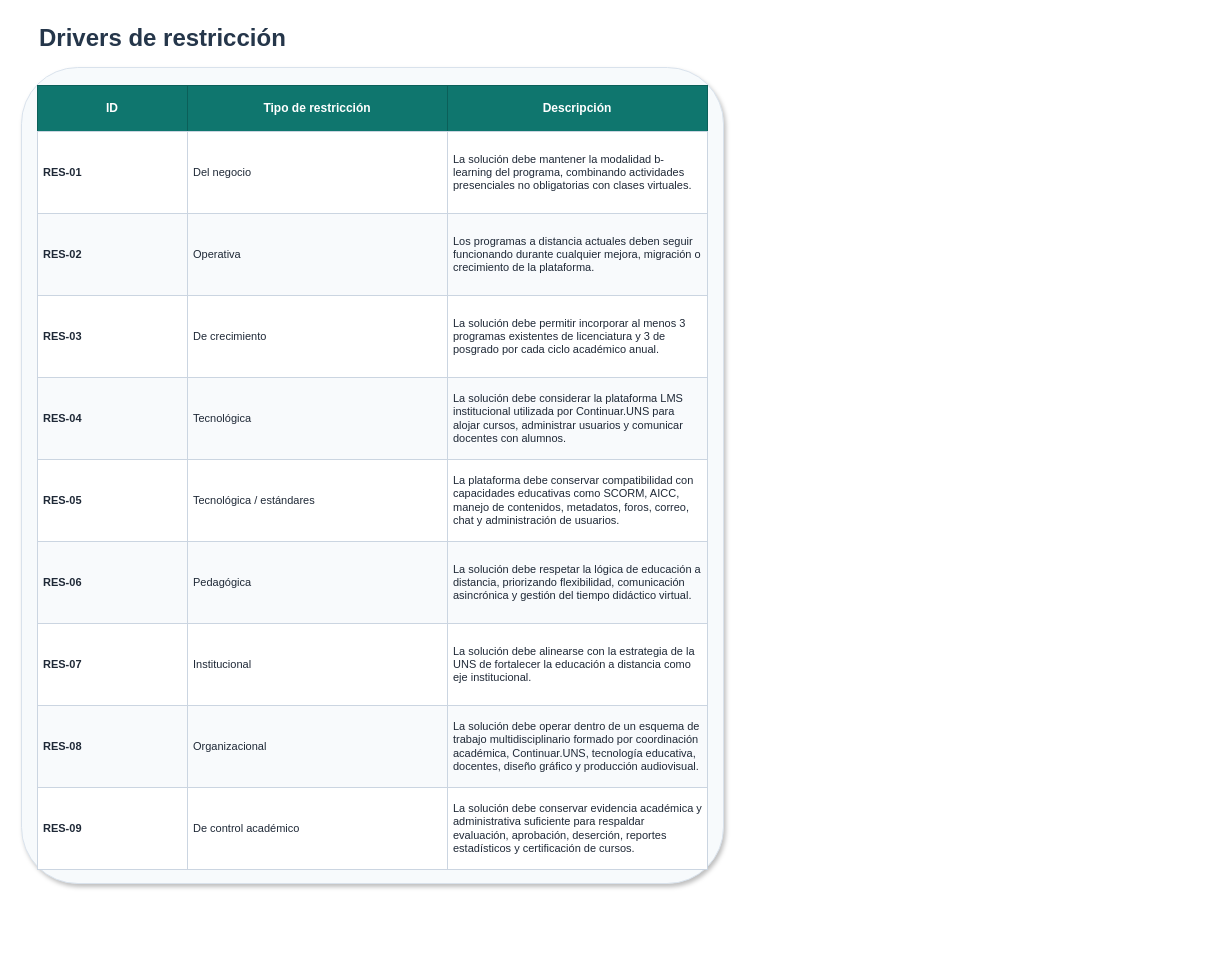
Before: diagramas/tablas/Tablas_Drivers_Restriccion_BLearning.drawio in Jsue46/exposicionayd, a draw.io diagram. Source tidied: cells renumbered, new cells numbered last; positions are measured from the earlier drawing's top-left corner, leaving out a move shared by most shapes. Both pictures are drawn from the tidied source at 100%, with x=0, y=0 at pixel (21, 17).
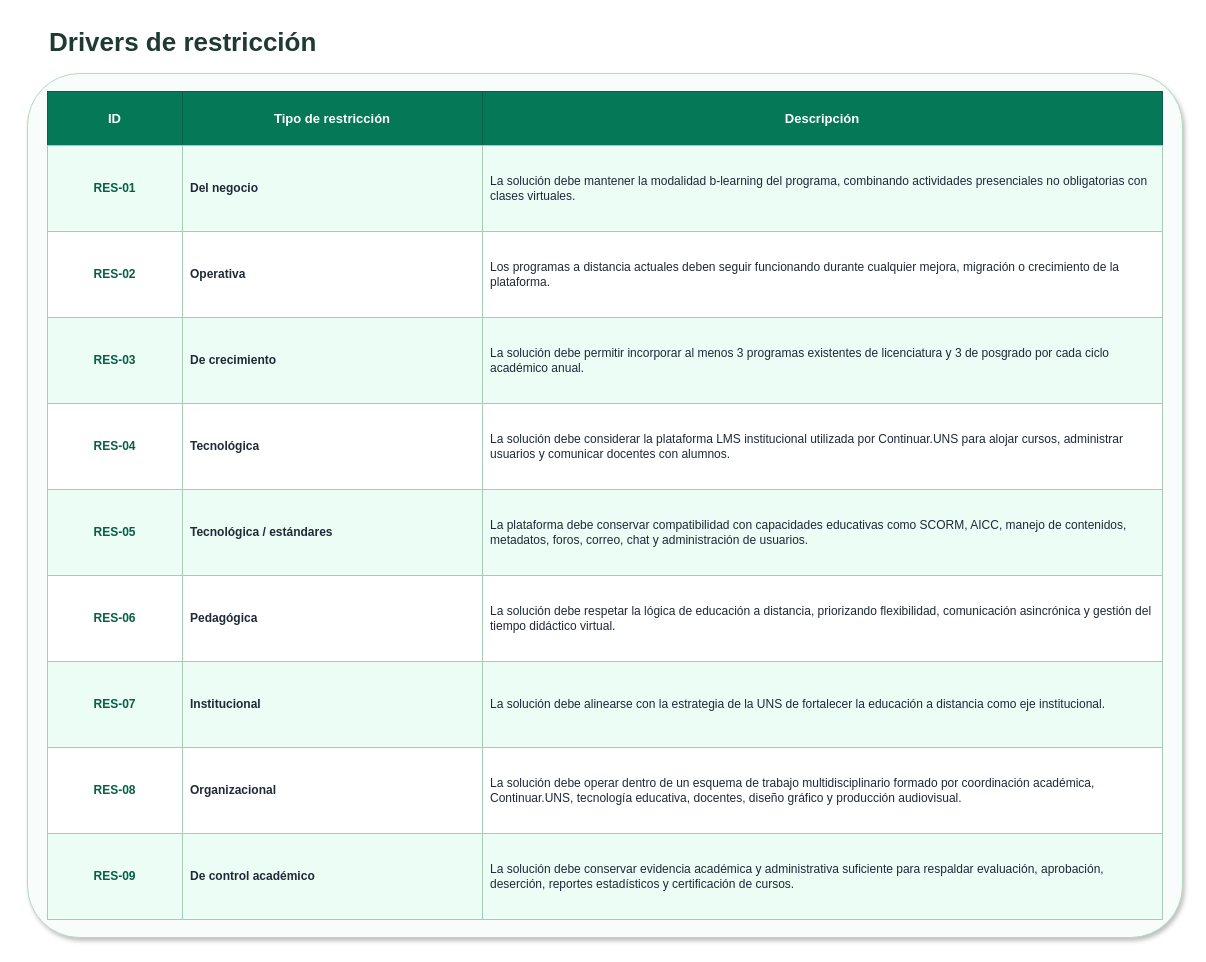
The same diagram, later.

The edit, as a diff of the source:
```diff
@@
-    <mxCell id="2" value="Drivers de restricción" style="text;html=1;strokeColor=none;fillColor=none;align=left;verticalAlign=middle;whiteSpace=wrap;rounded=0;fontSize=24;fontStyle=1;fontColor=#25364A;" parent="1" vertex="1">
-      <mxGeometry x="16" width="670" height="42" as="geometry" />
+    <mxCell id="2" value="Drivers de restricción" style="text;html=1;strokeColor=none;fillColor=none;align=left;verticalAlign=middle;whiteSpace=wrap;rounded=0;fontSize=26;fontStyle=1;fontColor=#1F3A33;" parent="1" vertex="1">
+      <mxGeometry x="26" y="2" width="1115" height="46" as="geometry" />
     </mxCell>
-    <mxCell id="3" style="rounded=1;whiteSpace=wrap;html=1;fillColor=#F7FAFC;strokeColor=#D9E2EC;arcSize=8;shadow=1;" parent="1" vertex="1">
-      <mxGeometry y="50" width="702" height="816" as="geometry" />
+    <mxCell id="3" style="rounded=1;whiteSpace=wrap;html=1;fillColor=#F8FCFA;strokeColor=#B7D7C2;arcSize=6;shadow=1;" parent="1" vertex="1">
+      <mxGeometry x="6" y="56" width="1155" height="864" as="geometry" />
     </mxCell>
-    <mxCell id="4" value="ID" style="rounded=0;whiteSpace=wrap;html=1;fillColor=#0F766E;strokeColor=#0B5F59;fontColor=#FFFFFF;fontStyle=1;align=center;verticalAlign=middle;fontSize=12;spacing=6;" parent="1" vertex="1">
-      <mxGeometry x="16" y="68" width="150" height="46" as="geometry" />
+    <mxCell id="4" value="ID" style="rounded=0;whiteSpace=wrap;html=1;fillColor=#047857;strokeColor=#065F46;fontColor=#FFFFFF;fontStyle=1;align=center;verticalAlign=middle;fontSize=13;spacing=8;" parent="1" vertex="1">
+      <mxGeometry x="26" y="74" width="135" height="54" as="geometry" />
     </mxCell>
-    <mxCell id="5" value="Tipo de restricción" style="rounded=0;whiteSpace=wrap;html=1;fillColor=#0F766E;strokeColor=#0B5F59;fontColor=#FFFFFF;fontStyle=1;align=center;verticalAlign=middle;fontSize=12;spacing=6;" parent="1" vertex="1">
-      <mxGeometry x="166" y="68" width="260" height="46" as="geometry" />
+    <mxCell id="5" value="Tipo de restricción" style="rounded=0;whiteSpace=wrap;html=1;fillColor=#047857;strokeColor=#065F46;fontColor=#FFFFFF;fontStyle=1;align=center;verticalAlign=middle;fontSize=13;spacing=8;" parent="1" vertex="1">
+      <mxGeometry x="161" y="74" width="300" height="54" as="geometry" />
     </mxCell>
-    <mxCell id="6" value="Descripción" style="rounded=0;whiteSpace=wrap;html=1;fillColor=#0F766E;strokeColor=#0B5F59;fontColor=#FFFFFF;fontStyle=1;align=center;verticalAlign=middle;fontSize=12;spacing=6;" parent="1" vertex="1">
-      <mxGeometry x="426" y="68" width="260" height="46" as="geometry" />
+    <mxCell id="6" value="Descripción" style="rounded=0;whiteSpace=wrap;html=1;fillColor=#047857;strokeColor=#065F46;fontColor=#FFFFFF;fontStyle=1;align=center;verticalAlign=middle;fontSize=13;spacing=8;" parent="1" vertex="1">
+      <mxGeometry x="461" y="74" width="680" height="54" as="geometry" />
     </mxCell>
-    <mxCell id="7" value="RES-01" style="rounded=0;whiteSpace=wrap;html=1;fillColor=#FFFFFF;strokeColor=#CBD5E1;fontColor=#1F2937;fontStyle=1;align=left;verticalAlign=middle;fontSize=11;spacing=6;" parent="1" vertex="1">
-      <mxGeometry x="16" y="114" width="150" height="82" as="geometry" />
+    <mxCell id="7" value="RES-01" style="rounded=0;whiteSpace=wrap;html=1;fillColor=#ECFDF5;strokeColor=#A7CBB6;fontColor=#065F46;fontStyle=1;align=center;verticalAlign=middle;fontSize=12;spacing=8;" parent="1" vertex="1">
+      <mxGeometry x="26" y="128" width="135" height="86" as="geometry" />
     </mxCell>
-    <mxCell id="8" value="Del negocio" style="rounded=0;whiteSpace=wrap;html=1;fillColor=#FFFFFF;strokeColor=#CBD5E1;fontColor=#1F2937;fontStyle=0;align=left;verticalAlign=middle;fontSize=11;spacing=6;" parent="1" vertex="1">
-      <mxGeometry x="166" y="114" width="260" height="82" as="geometry" />
+    <mxCell id="8" value="Del negocio" style="rounded=0;whiteSpace=wrap;html=1;fillColor=#ECFDF5;strokeColor=#A7CBB6;fontColor=#1F2937;fontStyle=1;align=left;verticalAlign=middle;fontSize=12;spacing=8;" parent="1" vertex="1">
+      <mxGeometry x="161" y="128" width="300" height="86" as="geometry" />
     </mxCell>
-    <mxCell id="9" value="La solución debe mantener la modalidad b-learning del programa, combinando actividades presenciales no obligatorias con clases virtuales." style="rounded=0;whiteSpace=wrap;html=1;fillColor=#FFFFFF;strokeColor=#CBD5E1;fontColor=#1F2937;fontStyle=0;align=left;verticalAlign=middle;fontSize=11;spacing=6;" parent="1" vertex="1">
-      <mxGeometry x="426" y="114" width="260" height="82" as="geometry" />
+    <mxCell id="9" value="La solución debe mantener la modalidad b-learning del programa, combinando actividades presenciales no obligatorias con clases virtuales." style="rounded=0;whiteSpace=wrap;html=1;fillColor=#ECFDF5;strokeColor=#A7CBB6;fontColor=#1F2937;fontStyle=0;align=left;verticalAlign=middle;fontSize=12;spacing=8;" parent="1" vertex="1">
+      <mxGeometry x="461" y="128" width="680" height="86" as="geometry" />
     </mxCell>
-    <mxCell id="10" value="RES-02" style="rounded=0;whiteSpace=wrap;html=1;fillColor=#F8FAFC;strokeColor=#CBD5E1;fontColor=#1F2937;fontStyle=1;align=left;verticalAlign=middle;fontSize=11;spacing=6;" parent="1" vertex="1">
-      <mxGeometry x="16" y="196" width="150" height="82" as="geometry" />
+    <mxCell id="10" value="RES-02" style="rounded=0;whiteSpace=wrap;html=1;fillColor=#FFFFFF;strokeColor=#A7CBB6;fontColor=#065F46;fontStyle=1;align=center;verticalAlign=middle;fontSize=12;spacing=8;" parent="1" vertex="1">
+      <mxGeometry x="26" y="214" width="135" height="86" as="geometry" />
     </mxCell>
-    <mxCell id="11" value="Operativa" style="rounded=0;whiteSpace=wrap;html=1;fillColor=#F8FAFC;strokeColor=#CBD5E1;fontColor=#1F2937;fontStyle=0;align=left;verticalAlign=middle;fontSize=11;spacing=6;" parent="1" vertex="1">
-      <mxGeometry x="166" y="196" width="260" height="82" as="geometry" />
+    <mxCell id="11" value="Operativa" style="rounded=0;whiteSpace=wrap;html=1;fillColor=#FFFFFF;strokeColor=#A7CBB6;fontColor=#1F2937;fontStyle=1;align=left;verticalAlign=middle;fontSize=12;spacing=8;" parent="1" vertex="1">
+      <mxGeometry x="161" y="214" width="300" height="86" as="geometry" />
     </mxCell>
-    <mxCell id="12" value="Los programas a distancia actuales deben seguir funcionando durante cualquier mejora, migración o crecimiento de la plataforma." style="rounded=0;whiteSpace=wrap;html=1;fillColor=#F8FAFC;strokeColor=#CBD5E1;fontColor=#1F2937;fontStyle=0;align=left;verticalAlign=middle;fontSize=11;spacing=6;" parent="1" vertex="1">
-      <mxGeometry x="426" y="196" width="260" height="82" as="geometry" />
+    <mxCell id="12" value="Los programas a distancia actuales deben seguir funcionando durante cualquier mejora, migración o crecimiento de la plataforma." style="rounded=0;whiteSpace=wrap;html=1;fillColor=#FFFFFF;strokeColor=#A7CBB6;fontColor=#1F2937;fontStyle=0;align=left;verticalAlign=middle;fontSize=12;spacing=8;" parent="1" vertex="1">
+      <mxGeometry x="461" y="214" width="680" height="86" as="geometry" />
     </mxCell>
-    <mxCell id="13" value="RES-03" style="rounded=0;whiteSpace=wrap;html=1;fillColor=#FFFFFF;strokeColor=#CBD5E1;fontColor=#1F2937;fontStyle=1;align=left;verticalAlign=middle;fontSize=11;spacing=6;" parent="1" vertex="1">
-      <mxGeometry x="16" y="278" width="150" height="82" as="geometry" />
+    <mxCell id="13" value="RES-03" style="rounded=0;whiteSpace=wrap;html=1;fillColor=#ECFDF5;strokeColor=#A7CBB6;fontColor=#065F46;fontStyle=1;align=center;verticalAlign=middle;fontSize=12;spacing=8;" parent="1" vertex="1">
+      <mxGeometry x="26" y="300" width="135" height="86" as="geometry" />
     </mxCell>
-    <mxCell id="14" value="De crecimiento" style="rounded=0;whiteSpace=wrap;html=1;fillColor=#FFFFFF;strokeColor=#CBD5E1;fontColor=#1F2937;fontStyle=0;align=left;verticalAlign=middle;fontSize=11;spacing=6;" parent="1" vertex="1">
-      <mxGeometry x="166" y="278" width="260" height="82" as="geometry" />
+    <mxCell id="14" value="De crecimiento" style="rounded=0;whiteSpace=wrap;html=1;fillColor=#ECFDF5;strokeColor=#A7CBB6;fontColor=#1F2937;fontStyle=1;align=left;verticalAlign=middle;fontSize=12;spacing=8;" parent="1" vertex="1">
+      <mxGeometry x="161" y="300" width="300" height="86" as="geometry" />
     </mxCell>
-    <mxCell id="15" value="La solución debe permitir incorporar al menos 3 programas existentes de licenciatura y 3 de posgrado por cada ciclo académico anual." style="rounded=0;whiteSpace=wrap;html=1;fillColor=#FFFFFF;strokeColor=#CBD5E1;fontColor=#1F2937;fontStyle=0;align=left;verticalAlign=middle;fontSize=11;spacing=6;" parent="1" vertex="1">
-      <mxGeometry x="426" y="278" width="260" height="82" as="geometry" />
+    <mxCell id="15" value="La solución debe permitir incorporar al menos 3 programas existentes de licenciatura y 3 de posgrado por cada ciclo académico anual." style="rounded=0;whiteSpace=wrap;html=1;fillColor=#ECFDF5;strokeColor=#A7CBB6;fontColor=#1F2937;fontStyle=0;align=left;verticalAlign=middle;fontSize=12;spacing=8;" parent="1" vertex="1">
+      <mxGeometry x="461" y="300" width="680" height="86" as="geometry" />
     </mxCell>
-    <mxCell id="16" value="RES-04" style="rounded=0;whiteSpace=wrap;html=1;fillColor=#F8FAFC;strokeColor=#CBD5E1;fontColor=#1F2937;fontStyle=1;align=left;verticalAlign=middle;fontSize=11;spacing=6;" parent="1" vertex="1">
-      <mxGeometry x="16" y="360" width="150" height="82" as="geometry" />
+    <mxCell id="16" value="RES-04" style="rounded=0;whiteSpace=wrap;html=1;fillColor=#FFFFFF;strokeColor=#A7CBB6;fontColor=#065F46;fontStyle=1;align=center;verticalAlign=middle;fontSize=12;spacing=8;" parent="1" vertex="1">
+      <mxGeometry x="26" y="386" width="135" height="86" as="geometry" />
     </mxCell>
-    <mxCell id="17" value="Tecnológica" style="rounded=0;whiteSpace=wrap;html=1;fillColor=#F8FAFC;strokeColor=#CBD5E1;fontColor=#1F2937;fontStyle=0;align=left;verticalAlign=middle;fontSize=11;spacing=6;" parent="1" vertex="1">
-      <mxGeometry x="166" y="360" width="260" height="82" as="geometry" />
+    <mxCell id="17" value="Tecnológica" style="rounded=0;whiteSpace=wrap;html=1;fillColor=#FFFFFF;strokeColor=#A7CBB6;fontColor=#1F2937;fontStyle=1;align=left;verticalAlign=middle;fontSize=12;spacing=8;" parent="1" vertex="1">
+      <mxGeometry x="161" y="386" width="300" height="86" as="geometry" />
     </mxCell>
-    <mxCell id="18" value="La solución debe considerar la plataforma LMS institucional utilizada por Continuar.UNS para alojar cursos, administrar usuarios y comunicar docentes con alumnos." style="rounded=0;whiteSpace=wrap;html=1;fillColor=#F8FAFC;strokeColor=#CBD5E1;fontColor=#1F2937;fontStyle=0;align=left;verticalAlign=middle;fontSize=11;spacing=6;" parent="1" vertex="1">
-      <mxGeometry x="426" y="360" width="260" height="82" as="geometry" />
+    <mxCell id="18" value="La solución debe considerar la plataforma LMS institucional utilizada por Continuar.UNS para alojar cursos, administrar usuarios y comunicar docentes con alumnos." style="rounded=0;whiteSpace=wrap;html=1;fillColor=#FFFFFF;strokeColor=#A7CBB6;fontColor=#1F2937;fontStyle=0;align=left;verticalAlign=middle;fontSize=12;spacing=8;" parent="1" vertex="1">
+      <mxGeometry x="461" y="386" width="680" height="86" as="geometry" />
     </mxCell>
-    <mxCell id="19" value="RES-05" style="rounded=0;whiteSpace=wrap;html=1;fillColor=#FFFFFF;strokeColor=#CBD5E1;fontColor=#1F2937;fontStyle=1;align=left;verticalAlign=middle;fontSize=11;spacing=6;" parent="1" vertex="1">
-      <mxGeometry x="16" y="442" width="150" height="82" as="geometry" />
+    <mxCell id="19" value="RES-05" style="rounded=0;whiteSpace=wrap;html=1;fillColor=#ECFDF5;strokeColor=#A7CBB6;fontColor=#065F46;fontStyle=1;align=center;verticalAlign=middle;fontSize=12;spacing=8;" parent="1" vertex="1">
+      <mxGeometry x="26" y="472" width="135" height="86" as="geometry" />
     </mxCell>
-    <mxCell id="20" value="Tecnológica / estándares" style="rounded=0;whiteSpace=wrap;html=1;fillColor=#FFFFFF;strokeColor=#CBD5E1;fontColor=#1F2937;fontStyle=0;align=left;verticalAlign=middle;fontSize=11;spacing=6;" parent="1" vertex="1">
-      <mxGeometry x="166" y="442" width="260" height="82" as="geometry" />
+    <mxCell id="20" value="Tecnológica / estándares" style="rounded=0;whiteSpace=wrap;html=1;fillColor=#ECFDF5;strokeColor=#A7CBB6;fontColor=#1F2937;fontStyle=1;align=left;verticalAlign=middle;fontSize=12;spacing=8;" parent="1" vertex="1">
+      <mxGeometry x="161" y="472" width="300" height="86" as="geometry" />
     </mxCell>
-    <mxCell id="21" value="La plataforma debe conservar compatibilidad con capacidades educativas como SCORM, AICC, manejo de contenidos, metadatos, foros, correo, chat y administración de usuarios." style="rounded=0;whiteSpace=wrap;html=1;fillColor=#FFFFFF;strokeColor=#CBD5E1;fontColor=#1F2937;fontStyle=0;align=left;verticalAlign=middle;fontSize=11;spacing=6;" parent="1" vertex="1">
-      <mxGeometry x="426" y="442" width="260" height="82" as="geometry" />
+    <mxCell id="21" value="La plataforma debe conservar compatibilidad con capacidades educativas como SCORM, AICC, manejo de contenidos, metadatos, foros, correo, chat y administración de usuarios." style="rounded=0;whiteSpace=wrap;html=1;fillColor=#ECFDF5;strokeColor=#A7CBB6;fontColor=#1F2937;fontStyle=0;align=left;verticalAlign=middle;fontSize=12;spacing=8;" parent="1" vertex="1">
+      <mxGeometry x="461" y="472" width="680" height="86" as="geometry" />
     </mxCell>
-    <mxCell id="22" value="RES-06" style="rounded=0;whiteSpace=wrap;html=1;fillColor=#F8FAFC;strokeColor=#CBD5E1;fontColor=#1F2937;fontStyle=1;align=left;verticalAlign=middle;fontSize=11;spacing=6;" parent="1" vertex="1">
-      <mxGeometry x="16" y="524" width="150" height="82" as="geometry" />
+    <mxCell id="22" value="RES-06" style="rounded=0;whiteSpace=wrap;html=1;fillColor=#FFFFFF;strokeColor=#A7CBB6;fontColor=#065F46;fontStyle=1;align=center;verticalAlign=middle;fontSize=12;spacing=8;" parent="1" vertex="1">
+      <mxGeometry x="26" y="558" width="135" height="86" as="geometry" />
     </mxCell>
-    <mxCell id="23" value="Pedagógica" style="rounded=0;whiteSpace=wrap;html=1;fillColor=#F8FAFC;strokeColor=#CBD5E1;fontColor=#1F2937;fontStyle=0;align=left;verticalAlign=middle;fontSize=11;spacing=6;" parent="1" vertex="1">
-      <mxGeometry x="166" y="524" width="260" height="82" as="geometry" />
+    <mxCell id="23" value="Pedagógica" style="rounded=0;whiteSpace=wrap;html=1;fillColor=#FFFFFF;strokeColor=#A7CBB6;fontColor=#1F2937;fontStyle=1;align=left;verticalAlign=middle;fontSize=12;spacing=8;" parent="1" vertex="1">
+      <mxGeometry x="161" y="558" width="300" height="86" as="geometry" />
     </mxCell>
-    <mxCell id="24" value="La solución debe respetar la lógica de educación a distancia, priorizando flexibilidad, comunicación asincrónica y gestión del tiempo didáctico virtual." style="rounded=0;whiteSpace=wrap;html=1;fillColor=#F8FAFC;strokeColor=#CBD5E1;fontColor=#1F2937;fontStyle=0;align=left;verticalAlign=middle;fontSize=11;spacing=6;" parent="1" vertex="1">
-      <mxGeometry x="426" y="524" width="260" height="82" as="geometry" />
+    <mxCell id="24" value="La solución debe respetar la lógica de educación a distancia, priorizando flexibilidad, comunicación asincrónica y gestión del tiempo didáctico virtual." style="rounded=0;whiteSpace=wrap;html=1;fillColor=#FFFFFF;strokeColor=#A7CBB6;fontColor=#1F2937;fontStyle=0;align=left;verticalAlign=middle;fontSize=12;spacing=8;" parent="1" vertex="1">
+      <mxGeometry x="461" y="558" width="680" height="86" as="geometry" />
     </mxCell>
-    <mxCell id="25" value="RES-07" style="rounded=0;whiteSpace=wrap;html=1;fillColor=#FFFFFF;strokeColor=#CBD5E1;fontColor=#1F2937;fontStyle=1;align=left;verticalAlign=middle;fontSize=11;spacing=6;" parent="1" vertex="1">
-      <mxGeometry x="16" y="606" width="150" height="82" as="geometry" />
+    <mxCell id="25" value="RES-07" style="rounded=0;whiteSpace=wrap;html=1;fillColor=#ECFDF5;strokeColor=#A7CBB6;fontColor=#065F46;fontStyle=1;align=center;verticalAlign=middle;fontSize=12;spacing=8;" parent="1" vertex="1">
+      <mxGeometry x="26" y="644" width="135" height="86" as="geometry" />
     </mxCell>
-    <mxCell id="26" value="Institucional" style="rounded=0;whiteSpace=wrap;html=1;fillColor=#FFFFFF;strokeColor=#CBD5E1;fontColor=#1F2937;fontStyle=0;align=left;verticalAlign=middle;fontSize=11;spacing=6;" parent="1" vertex="1">
-      <mxGeometry x="166" y="606" width="260" height="82" as="geometry" />
+    <mxCell id="26" value="Institucional" style="rounded=0;whiteSpace=wrap;html=1;fillColor=#ECFDF5;strokeColor=#A7CBB6;fontColor=#1F2937;fontStyle=1;align=left;verticalAlign=middle;fontSize=12;spacing=8;" parent="1" vertex="1">
+      <mxGeometry x="161" y="644" width="300" height="86" as="geometry" />
     </mxCell>
-    <mxCell id="27" value="La solución debe alinearse con la estrategia de la UNS de fortalecer la educación a distancia como eje institucional." style="rounded=0;whiteSpace=wrap;html=1;fillColor=#FFFFFF;strokeColor=#CBD5E1;fontColor=#1F2937;fontStyle=0;align=left;verticalAlign=middle;fontSize=11;spacing=6;" parent="1" vertex="1">
-      <mxGeometry x="426" y="606" width="260" height="82" as="geometry" />
+    <mxCell id="27" value="La solución debe alinearse con la estrategia de la UNS de fortalecer la educación a distancia como eje institucional." style="rounded=0;whiteSpace=wrap;html=1;fillColor=#ECFDF5;strokeColor=#A7CBB6;fontColor=#1F2937;fontStyle=0;align=left;verticalAlign=middle;fontSize=12;spacing=8;" parent="1" vertex="1">
+      <mxGeometry x="461" y="644" width="680" height="86" as="geometry" />
     </mxCell>
-    <mxCell id="28" value="RES-08" style="rounded=0;whiteSpace=wrap;html=1;fillColor=#F8FAFC;strokeColor=#CBD5E1;fontColor=#1F2937;fontStyle=1;align=left;verticalAlign=middle;fontSize=11;spacing=6;" parent="1" vertex="1">
-      <mxGeometry x="16" y="688" width="150" height="82" as="geometry" />
+    <mxCell id="28" value="RES-08" style="rounded=0;whiteSpace=wrap;html=1;fillColor=#FFFFFF;strokeColor=#A7CBB6;fontColor=#065F46;fontStyle=1;align=center;verticalAlign=middle;fontSize=12;spacing=8;" parent="1" vertex="1">
+      <mxGeometry x="26" y="730" width="135" height="86" as="geometry" />
     </mxCell>
-    <mxCell id="29" value="Organizacional" style="rounded=0;whiteSpace=wrap;html=1;fillColor=#F8FAFC;strokeColor=#CBD5E1;fontColor=#1F2937;fontStyle=0;align=left;verticalAlign=middle;fontSize=11;spacing=6;" parent="1" vertex="1">
-      <mxGeometry x="166" y="688" width="260" height="82" as="geometry" />
+    <mxCell id="29" value="Organizacional" style="rounded=0;whiteSpace=wrap;html=1;fillColor=#FFFFFF;strokeColor=#A7CBB6;fontColor=#1F2937;fontStyle=1;align=left;verticalAlign=middle;fontSize=12;spacing=8;" parent="1" vertex="1">
+      <mxGeometry x="161" y="730" width="300" height="86" as="geometry" />
     </mxCell>
-    <mxCell id="30" value="La solución debe operar dentro de un esquema de trabajo multidisciplinario formado por coordinación académica, Continuar.UNS, tecnología educativa, docentes, diseño gráfico y producción audiovisual." style="rounded=0;whiteSpace=wrap;html=1;fillColor=#F8FAFC;strokeColor=#CBD5E1;fontColor=#1F2937;fontStyle=0;align=left;verticalAlign=middle;fontSize=11;spacing=6;" parent="1" vertex="1">
-      <mxGeometry x="426" y="688" width="260" height="82" as="geometry" />
+    <mxCell id="30" value="La solución debe operar dentro de un esquema de trabajo multidisciplinario formado por coordinación académica, Continuar.UNS, tecnología educativa, docentes, diseño gráfico y producción audiovisual." style="rounded=0;whiteSpace=wrap;html=1;fillColor=#FFFFFF;strokeColor=#A7CBB6;fontColor=#1F2937;fontStyle=0;align=left;verticalAlign=middle;fontSize=12;spacing=8;" parent="1" vertex="1">
+      <mxGeometry x="461" y="730" width="680" height="86" as="geometry" />
     </mxCell>
-    <mxCell id="31" value="RES-09" style="rounded=0;whiteSpace=wrap;html=1;fillColor=#FFFFFF;strokeColor=#CBD5E1;fontColor=#1F2937;fontStyle=1;align=left;verticalAlign=middle;fontSize=11;spacing=6;" parent="1" vertex="1">
-      <mxGeometry x="16" y="770" width="150" height="82" as="geometry" />
+    <mxCell id="31" value="RES-09" style="rounded=0;whiteSpace=wrap;html=1;fillColor=#ECFDF5;strokeColor=#A7CBB6;fontColor=#065F46;fontStyle=1;align=center;verticalAlign=middle;fontSize=12;spacing=8;" parent="1" vertex="1">
+      <mxGeometry x="26" y="816" width="135" height="86" as="geometry" />
     </mxCell>
-    <mxCell id="32" value="De control académico" style="rounded=0;whiteSpace=wrap;html=1;fillColor=#FFFFFF;strokeColor=#CBD5E1;fontColor=#1F2937;fontStyle=0;align=left;verticalAlign=middle;fontSize=11;spacing=6;" parent="1" vertex="1">
-      <mxGeometry x="166" y="770" width="260" height="82" as="geometry" />
+    <mxCell id="32" value="De control académico" style="rounded=0;whiteSpace=wrap;html=1;fillColor=#ECFDF5;strokeColor=#A7CBB6;fontColor=#1F2937;fontStyle=1;align=left;verticalAlign=middle;fontSize=12;spacing=8;" parent="1" vertex="1">
+      <mxGeometry x="161" y="816" width="300" height="86" as="geometry" />
     </mxCell>
-    <mxCell id="33" value="La solución debe conservar evidencia académica y administrativa suficiente para respaldar evaluación, aprobación, deserción, reportes estadísticos y certificación de cursos." style="rounded=0;whiteSpace=wrap;html=1;fillColor=#FFFFFF;strokeColor=#CBD5E1;fontColor=#1F2937;fontStyle=0;align=left;verticalAlign=middle;fontSize=11;spacing=6;" parent="1" vertex="1">
-      <mxGeometry x="426" y="770" width="260" height="82" as="geometry" />
+    <mxCell id="33" value="La solución debe conservar evidencia académica y administrativa suficiente para respaldar evaluación, aprobación, deserción, reportes estadísticos y certificación de cursos." style="rounded=0;whiteSpace=wrap;html=1;fillColor=#ECFDF5;strokeColor=#A7CBB6;fontColor=#1F2937;fontStyle=0;align=left;verticalAlign=middle;fontSize=12;spacing=8;" parent="1" vertex="1">
+      <mxGeometry x="461" y="816" width="680" height="86" as="geometry" />
     </mxCell>
```
